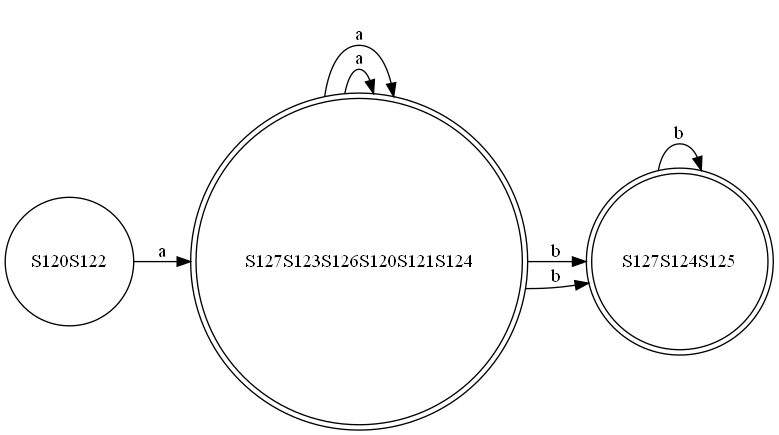
This is finalCode/test-output/DFA.gv.png from abdelazizSalah/RegExp_NFA_DFA_DFAMinimization, a Graphviz export, as it was before one commit. Its source is kept beside it as finalCode/test-output/DFA.gv.
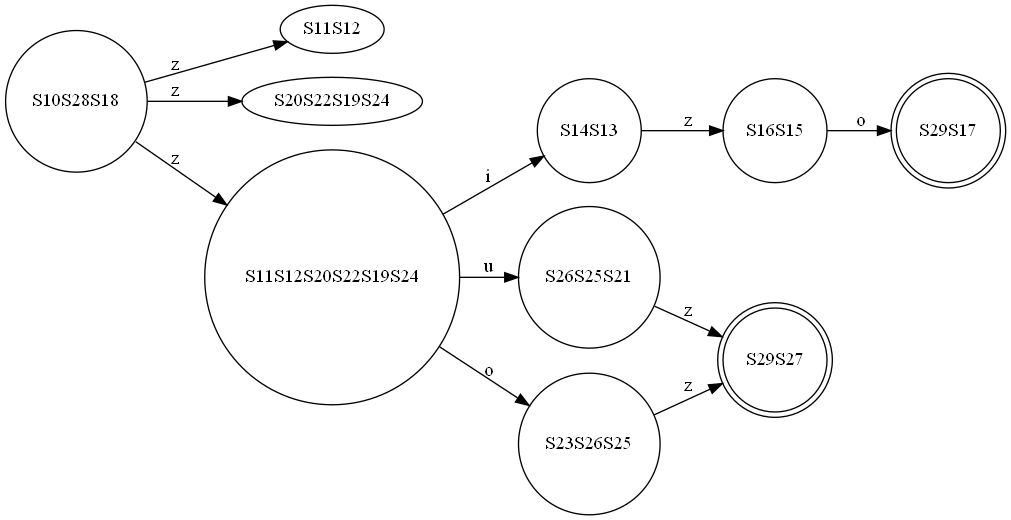
Above is the later version.

The edit, as a diff of the source:
```diff
@@ -1,13 +1,21 @@
 digraph {
 	graph [rankdir=LR]
-	S120S122 [label=S120S122 shape=circle]
-	S120S122 -> S127S123S126S120S121S124 [label=a]
-	S127S123S126S120S121S124 [label=S127S123S126S120S121S124 shape=doublecircle]
-	S127S123S126S120S121S124 -> S127S123S126S120S121S124 [label=a]
-	S127S123S126S120S121S124 -> S127S124S125 [label=b]
-	S127S123S126S120S121S124 [label=S127S123S126S120S121S124 shape=doublecircle]
-	S127S123S126S120S121S124 -> S127S123S126S120S121S124 [label=a]
-	S127S123S126S120S121S124 -> S127S124S125 [label=b]
-	S127S124S125 [label=S127S124S125 shape=doublecircle]
-	S127S124S125 -> S127S124S125 [label=b]
+	S10S28S18 [label=S10S28S18 shape=circle]
+	S10S28S18 -> S11S12 [label=z]
+	S10S28S18 -> S20S22S19S24 [label=z]
+	S10S28S18 -> S11S12S20S22S19S24 [label=z]
+	S14S13 [label=S14S13 shape=circle]
+	S14S13 -> S16S15 [label=z]
+	S26S25S21 [label=S26S25S21 shape=circle]
+	S26S25S21 -> S29S27 [label=z]
+	S23S26S25 [label=S23S26S25 shape=circle]
+	S23S26S25 -> S29S27 [label=z]
+	S16S15 [label=S16S15 shape=circle]
+	S16S15 -> S29S17 [label=o]
+	S29S27 [label=S29S27 shape=doublecircle]
+	S29S17 [label=S29S17 shape=doublecircle]
+	S11S12S20S22S19S24 [label=S11S12S20S22S19S24 shape=circle]
+	S11S12S20S22S19S24 -> S14S13 [label=i]
+	S11S12S20S22S19S24 -> S26S25S21 [label=u]
+	S11S12S20S22S19S24 -> S23S26S25 [label=o]
 }
```
